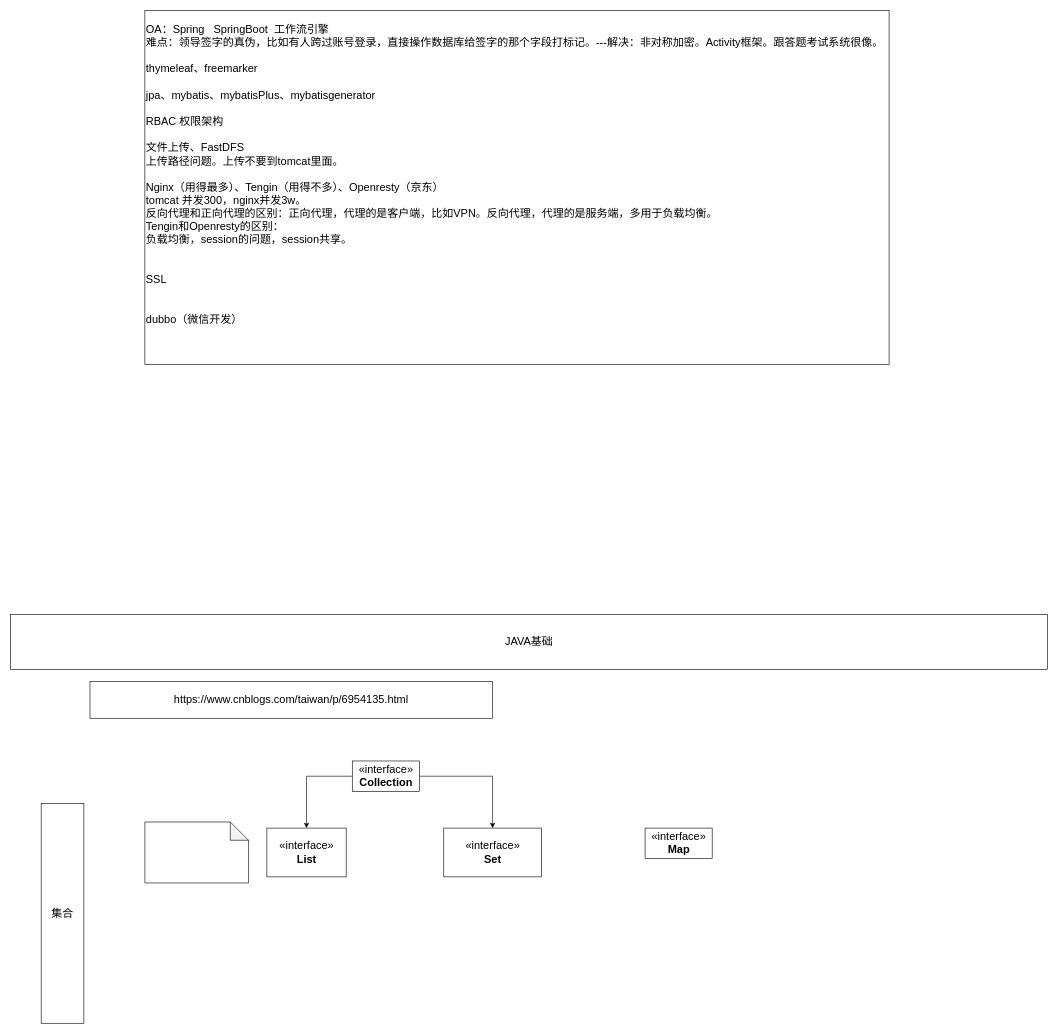
The draw.io diagram JAVA/Java基础.drawio in KGwolf/MyDraw, before the edit. Source tidied: cells renumbered, new cells numbered last; positions are measured from the earlier drawing's top-left corner, leaving out a move shared by most shapes. Both pictures are drawn from the tidied source at 61%, with x=0, y=0 at pixel (10, 10).
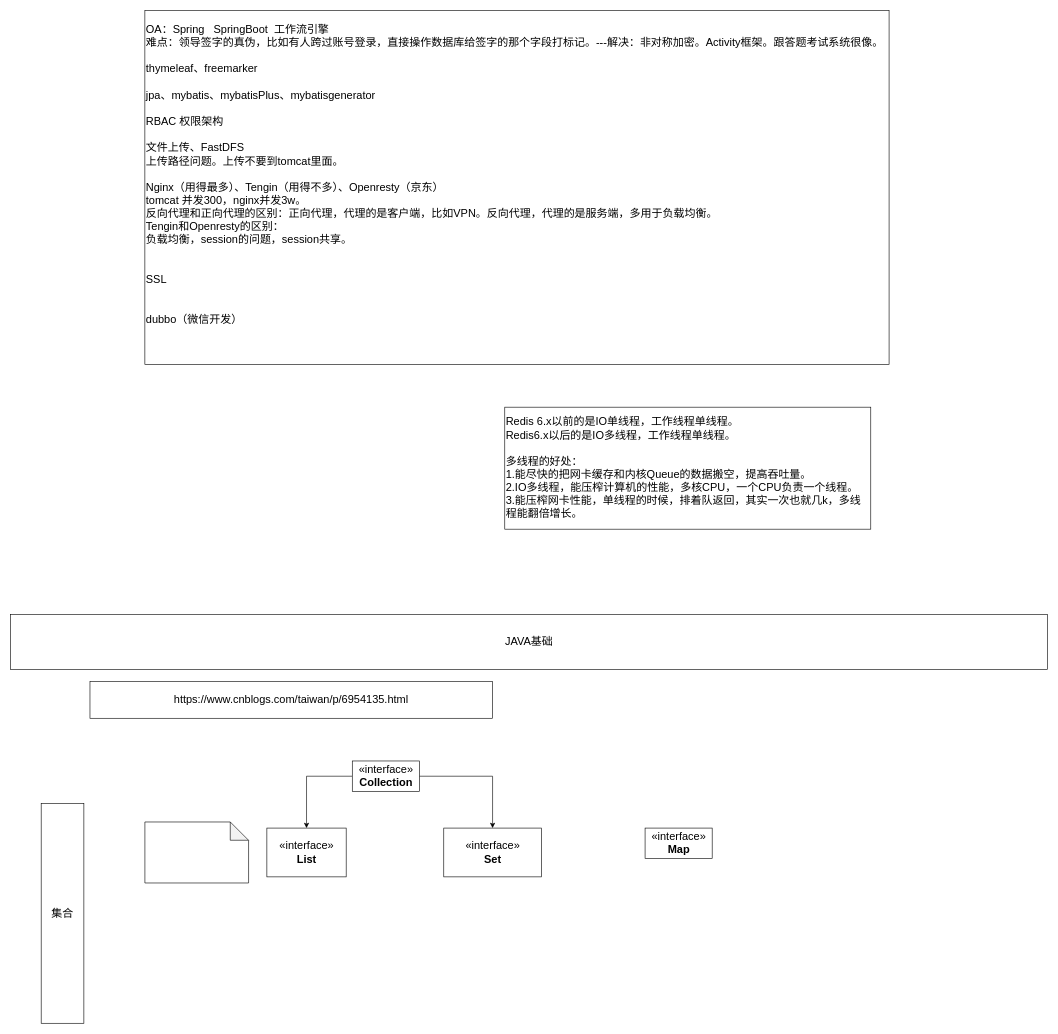
The same diagram, later.

What changed in the source:
```diff
@@
 <mxGraphModel>
   <root>
     <mxCell id="0" />
     <mxCell id="1" parent="0" />
     <mxCell id="2" value="&lt;font style=&quot;font-size: 18px;&quot;&gt;OA：Spring&amp;nbsp; &amp;nbsp;SpringBoot&amp;nbsp; 工作流引擎&lt;br&gt;难点：领导签字的真伪，比如有人跨过账号登录，直接操作数据库给签字的那个字段打标记。---解决：非对称加密。Activity框架。跟答题考试系统很像。&lt;br&gt;&lt;br&gt;thymeleaf、freemarker&lt;br&gt;&lt;br&gt;jpa、mybatis、mybatisPlus、mybatisgenerator&lt;br&gt;&lt;br&gt;RBAC 权限架构&lt;br&gt;&lt;br&gt;文件上传、FastDFS&lt;br&gt;上传路径问题。上传不要到tomcat里面。&lt;br&gt;&lt;br&gt;Nginx（用得最多）、Tengin（用得不多）、Openresty（京东）&lt;br&gt;tomcat 并发300，nginx并发3w。&lt;br&gt;反向代理和正向代理的区别：正向代理，代理的是客户端，比如VPN。反向代理，代理的是服务端，多用于负载均衡。&lt;br&gt;Tengin和Openresty的区别：&lt;br&gt;负载均衡，session的问题，session共享。&lt;br&gt;&lt;br&gt;&lt;br&gt;SSL&lt;br&gt;&lt;br&gt;&lt;br&gt;dubbo（微信开发）&lt;br&gt;&lt;br&gt;&lt;br&gt;&lt;/font&gt;" style="rounded=0;whiteSpace=wrap;html=1;align=left;" parent="1" vertex="1">
       <mxGeometry x="220" width="1220" height="580" as="geometry" />
     </mxCell>
     <mxCell id="3" value="JAVA基础" style="rounded=0;whiteSpace=wrap;html=1;fontSize=18;" parent="1" vertex="1">
       <mxGeometry y="990" width="1700" height="90" as="geometry" />
     </mxCell>
     <mxCell id="4" value="集合" style="rounded=0;whiteSpace=wrap;html=1;fontSize=18;" parent="1" vertex="1">
       <mxGeometry x="50" y="1300" width="70" height="360" as="geometry" />
     </mxCell>
     <mxCell id="5" style="edgeStyle=orthogonalEdgeStyle;rounded=0;jettySize=auto;html=1;fontSize=18;" parent="1" edge="1" source="7" target="10">
       <mxGeometry relative="1" as="geometry" />
     </mxCell>
     <mxCell id="6" style="edgeStyle=orthogonalEdgeStyle;rounded=0;jettySize=auto;html=1;fontSize=18;" parent="1" edge="1" source="7" target="9">
       <mxGeometry relative="1" as="geometry" />
     </mxCell>
     <mxCell id="7" value="«interface»&lt;br&gt;&lt;b&gt;Collection&lt;/b&gt;" style="html=1;fontSize=18;" parent="1" vertex="1">
       <mxGeometry x="560" y="1230" width="110" height="50" as="geometry" />
     </mxCell>
     <mxCell id="8" value="«interface»&lt;br&gt;&lt;b&gt;Map&lt;/b&gt;" style="html=1;fontSize=18;" parent="1" vertex="1">
       <mxGeometry x="1040" y="1340" width="110" height="50" as="geometry" />
     </mxCell>
     <mxCell id="9" value="«interface»&lt;br&gt;&lt;b&gt;List&lt;/b&gt;" style="html=1;fontSize=18;" parent="1" vertex="1">
       <mxGeometry x="420" y="1340" width="130" height="80" as="geometry" />
     </mxCell>
     <mxCell id="10" value="«interface»&lt;br&gt;&lt;b&gt;Set&lt;/b&gt;" style="html=1;fontSize=18;" parent="1" vertex="1">
       <mxGeometry x="710" y="1340" width="160" height="80" as="geometry" />
     </mxCell>
     <mxCell id="11" style="shape=note;whiteSpace=wrap;html=1;backgroundOutline=1;darkOpacity=0.05;fontSize=18;align=left;" parent="1" vertex="1">
       <mxGeometry x="220" y="1330" width="170" height="100" as="geometry" />
     </mxCell>
     <mxCell id="12" value="https://www.cnblogs.com/taiwan/p/6954135.html" style="rounded=0;whiteSpace=wrap;html=1;fontSize=18;" parent="1" vertex="1">
       <mxGeometry x="130" y="1100" width="660" height="60" as="geometry" />
     </mxCell>
+    <mxCell id="13" value="&lt;font style=&quot;font-size: 18px;&quot;&gt;Redis 6.x以前的是IO单线程，工作线程单线程。&lt;br&gt;Redis6.x以后的是IO多线程，工作线程单线程。&lt;br&gt;&lt;br&gt;多线程的好处：&lt;br&gt;1.能尽快的把网卡缓存和内核Queue的数据搬空，提高吞吐量。&lt;br&gt;2.IO多线程，能压榨计算机的性能，多核CPU，一个CPU负责一个线程。&lt;br&gt;3.能压榨网卡性能，单线程的时候，排着队返回，其实一次也就几k，多线程能翻倍增长。&lt;/font&gt;" style="rounded=0;whiteSpace=wrap;html=1;align=left;" parent="1" vertex="1">
+      <mxGeometry x="810" y="650" width="600" height="200" as="geometry" />
+    </mxCell>
   </root>
 </mxGraphModel>
```
